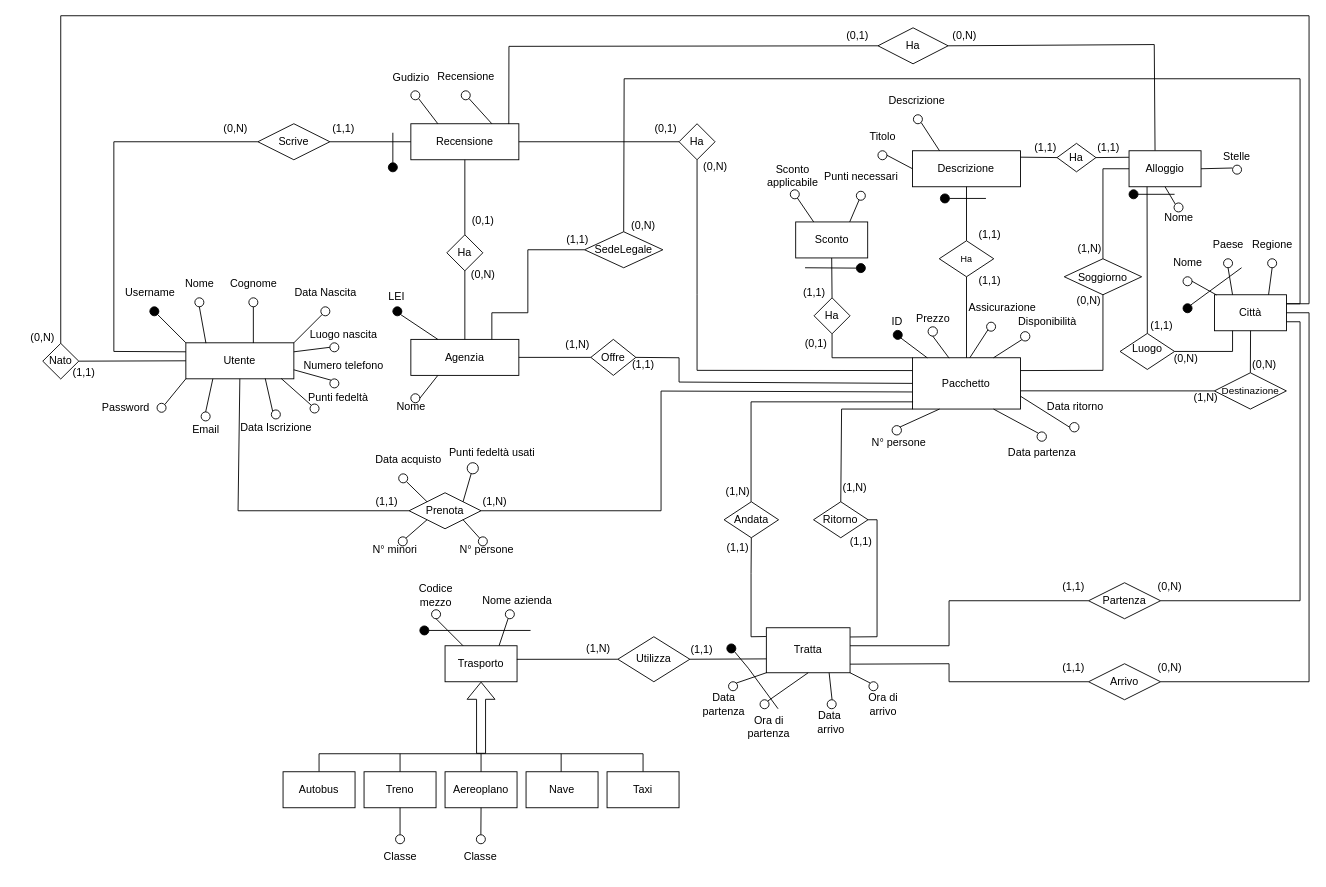
The draw.io diagram page "ER - Concettuale" (1 of 2) of ER/ER.drawio in bustre/Easy-travel, before the edit. Source tidied: cells renumbered, new cells numbered last; positions are measured from the earlier drawing's top-left corner, leaving out a move shared by most shapes. Both pictures are drawn from the tidied source at 90%, with x=0, y=0 at pixel (15, 15).
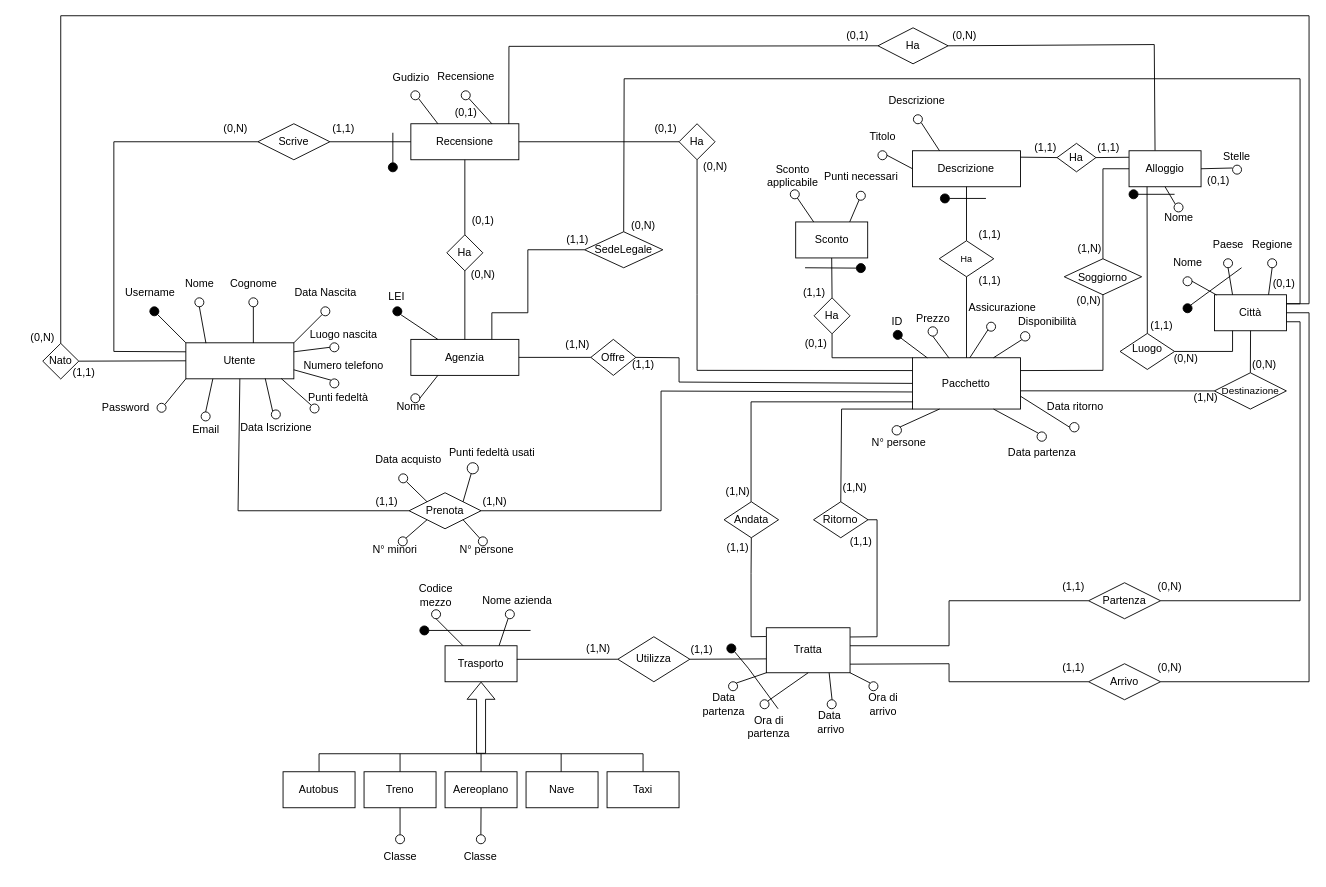
The same diagram, later.

Diff of the diagram source:
```diff
@@
+    <mxCell id="263" value="(0,1)" style="text;html=1;align=center;verticalAlign=middle;strokeColor=none;fillColor=none;" parent="1" vertex="1">
+      <mxGeometry x="475" y="93.4" width="50" height="30" as="geometry" />
+    </mxCell>
+    <mxCell id="264" value="(0,1)" style="text;html=1;align=center;verticalAlign=middle;strokeColor=none;fillColor=none;" parent="1" vertex="1">
+      <mxGeometry x="1311" y="168" width="50" height="30" as="geometry" />
+    </mxCell>
+    <mxCell id="265" value="(0,1)" style="text;html=1;align=center;verticalAlign=middle;strokeColor=none;fillColor=none;" parent="1" vertex="1">
+      <mxGeometry x="1384" y="283.4" width="50" height="30" as="geometry" />
+    </mxCell>
```
